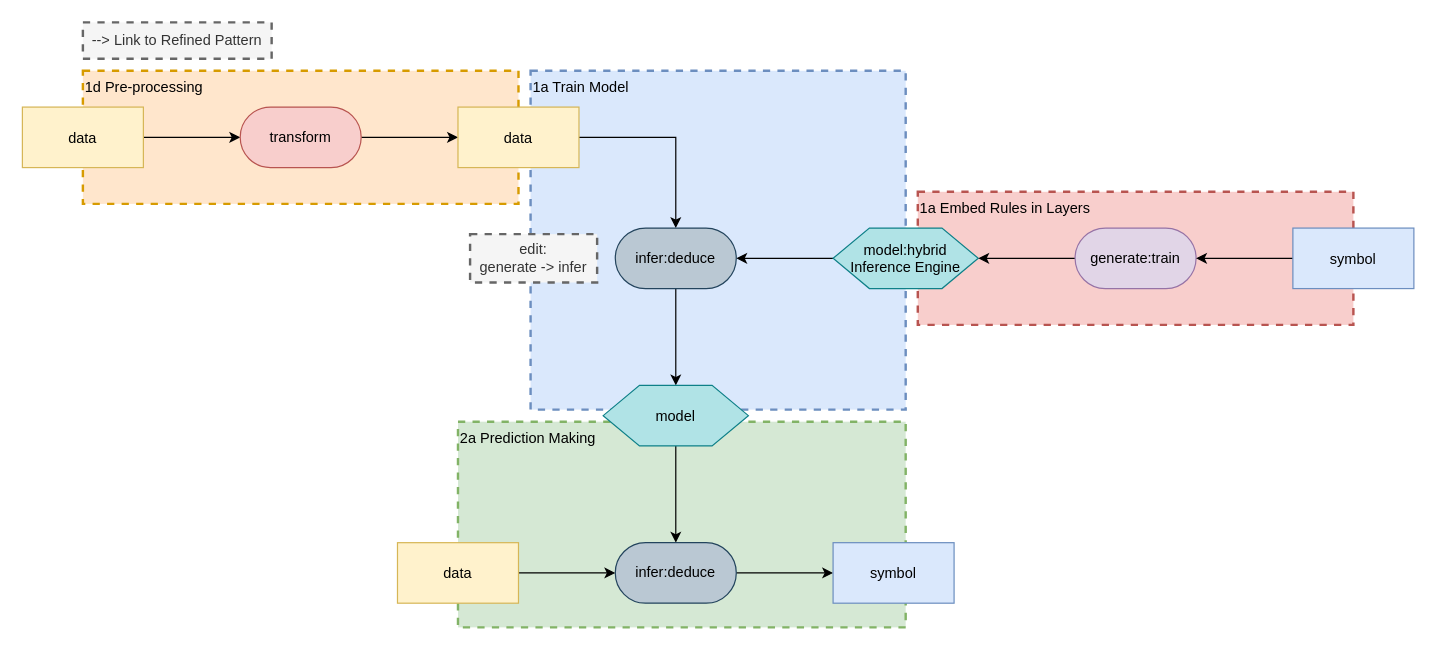
Before: page "Generalized Pattern" (1 of 8) of medical patterns to boxologies/Rule-Based Method pre-processes input data for ML Prediction (RBML)/REML.drawio in zonnesmit/thesis, a draw.io diagram. Source tidied: cells renumbered, new cells numbered last; positions are measured from the earlier drawing's top-left corner, leaving out a move shared by most shapes. Both pictures are drawn from the tidied source at 121%, with x=0, y=0 at pixel (22, 22).
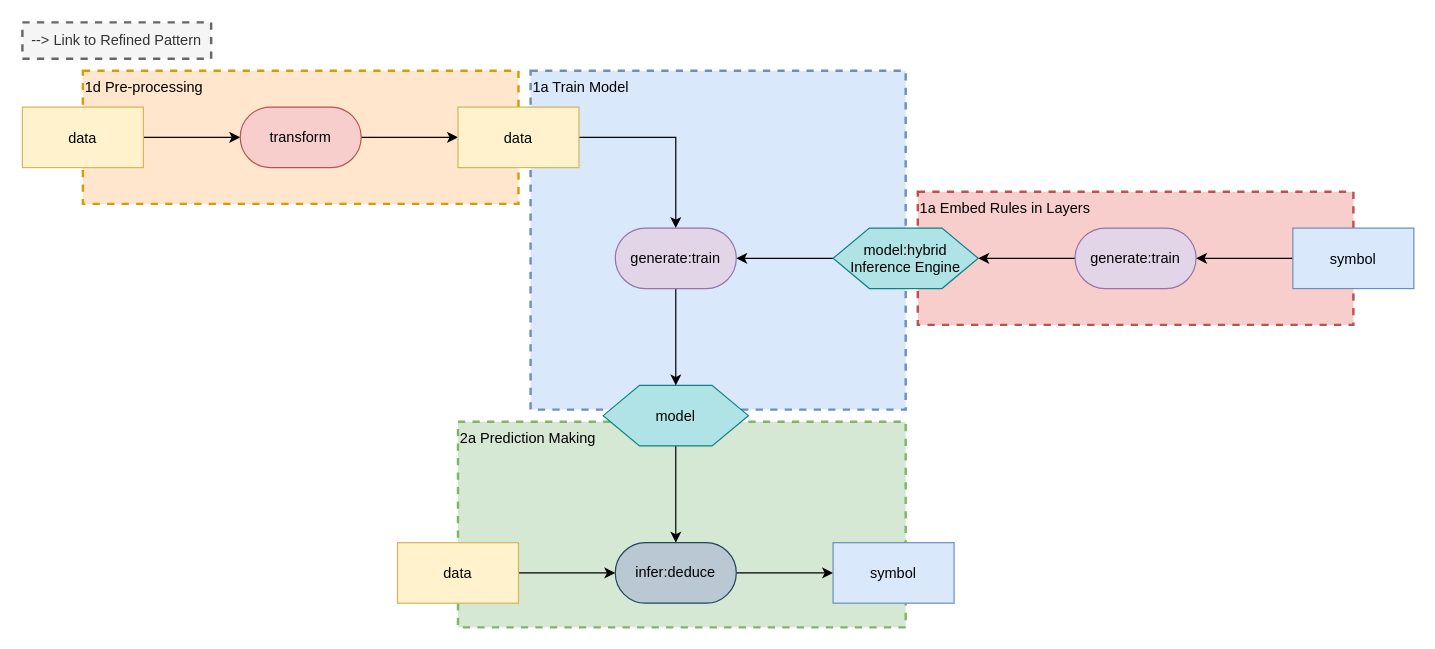
Above is the later version.

Unchanged cells that the change refers to:
```xml
<mxCell id="11" value="data" style="rectangle;fillColor=#fff2cc;strokeColor=#d6b656;" parent="1" vertex="1">
  <mxGeometry x="360" y="70" width="100" height="50" as="geometry" />
</mxCell>
<mxCell id="13" value="model:hybrid&#10;Inference Engine" style="shape=hexagon;perimeter=hexagonPerimeter2;fillColor=#b0e3e6;strokeColor=#0e8088;" parent="1" vertex="1">
  <mxGeometry x="670" y="170" width="120" height="50" as="geometry" />
</mxCell>
<mxCell id="21" value="model" style="shape=hexagon;perimeter=hexagonPerimeter2;fillColor=#b0e3e6;strokeColor=#0e8088;" parent="1" vertex="1">
  <mxGeometry x="480" y="300" width="120" height="50" as="geometry" />
</mxCell>
```

What changed in the source:
```diff
@@
-    <mxCell id="10" style="edgeStyle=orthogonalEdgeStyle;rounded=0;jettySize=auto;html=1;exitX=1;exitY=0.5;exitDx=0;exitDy=0;entryX=0.5;entryY=0;entryDx=0;entryDy=0;" parent="1" edge="1" source="11" target="15">
-      <mxGeometry relative="1" as="geometry" />
-    </mxCell>
+    <mxCell id="29" style="edgeStyle=orthogonalEdgeStyle;rounded=0;jettySize=auto;html=1;exitX=1;exitY=0.5;exitDx=0;exitDy=0;entryX=0.5;entryY=0;entryDx=0;entryDy=0;" parent="1" edge="1" source="11" target="32">
+      <mxGeometry relative="1" as="geometry" />
+    </mxCell>
@@
-    <mxCell id="12" style="edgeStyle=orthogonalEdgeStyle;rounded=0;jettySize=auto;html=1;exitX=0;exitY=0.5;exitDx=0;exitDy=0;entryX=1;entryY=0.5;entryDx=0;entryDy=0;" parent="1" edge="1" source="13" target="15">
-      <mxGeometry relative="1" as="geometry" />
-    </mxCell>
+    <mxCell id="30" style="edgeStyle=orthogonalEdgeStyle;rounded=0;jettySize=auto;html=1;exitX=0;exitY=0.5;exitDx=0;exitDy=0;entryX=1;entryY=0.5;entryDx=0;entryDy=0;" parent="1" edge="1" source="13" target="32">
+      <mxGeometry relative="1" as="geometry" />
+    </mxCell>
@@
-    <mxCell id="14" style="edgeStyle=orthogonalEdgeStyle;rounded=0;jettySize=auto;html=1;exitX=0.5;exitY=1;exitDx=0;exitDy=0;entryX=0.5;entryY=0;entryDx=0;entryDy=0;" parent="1" edge="1" source="15" target="21">
-      <mxGeometry relative="1" as="geometry" />
-    </mxCell>
-    <mxCell id="15" value="infer:deduce" style="rounded=1;whiteSpace=wrap;html=1;arcSize=50;fillColor=#bac8d3;strokeColor=#23445d;" parent="1" vertex="1">
-      <mxGeometry x="490" y="170" width="100" height="50" as="geometry" />
-    </mxCell>
@@
-    <mxCell id="27" value="&lt;div&gt;edit:&lt;/div&gt;&lt;div&gt;generate -&amp;gt; infer&lt;/div&gt;" style="text;html=1;align=center;verticalAlign=middle;whiteSpace=wrap;rounded=0;dashed=1;fillColor=#f5f5f5;fontColor=#333333;strokeColor=#666666;strokeWidth=2;" parent="1" vertex="1">
-      <mxGeometry x="370" y="175" width="105" height="40" as="geometry" />
-    </mxCell>
     <mxCell id="28" value="--&amp;gt; Link to Refined Pattern" style="text;html=1;align=center;verticalAlign=middle;whiteSpace=wrap;rounded=0;dashed=1;strokeWidth=2;fillColor=#f5f5f5;strokeColor=#666666;fontColor=#333333;" parent="1" vertex="1">
-      <mxGeometry x="50" width="156" height="30" as="geometry" />
+      <mxGeometry width="156" height="30" as="geometry" />
     </mxCell>
+    <mxCell id="31" style="edgeStyle=orthogonalEdgeStyle;rounded=0;jettySize=auto;html=1;exitX=0.5;exitY=1;exitDx=0;exitDy=0;entryX=0.5;entryY=0;entryDx=0;entryDy=0;" parent="1" edge="1" source="32" target="21">
+      <mxGeometry relative="1" as="geometry" />
+    </mxCell>
+    <mxCell id="32" value="generate:train" style="rounded=1;whiteSpace=wrap;html=1;arcSize=50;fillColor=#e1d5e7;strokeColor=#9673a6;" parent="1" vertex="1">
+      <mxGeometry x="490" y="170" width="100" height="50" as="geometry" />
+    </mxCell>
```
